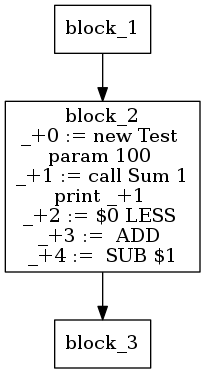
Above: assignment_3/ir.png in DahVoid/DV1655 (Graphviz), before the change. Its source is kept beside it as assignment_3/ir.dot.
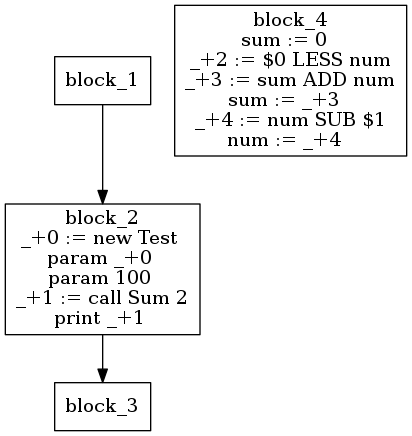
The same file after the commit.

Commit message:
Exit block, method call, equal, mainclass,int

Diff of the diagram source:
```diff
@@ -5,13 +5,20 @@
 block_1 -> block_2;
 block_2 [label="block_2
 _+0 := new Test
+param _+0
 param 100
-_+1 := call Sum 1
+_+1 := call Sum 2
 print _+1
-_+2 := $0 LESS
-_+3 :=  ADD
-_+4 :=  SUB $1
 "];
-block_3[label = "block_3"]
 block_2 -> block_3;
+block_3 [label="block_3
+"];
+block_4 [label="block_4
+sum := 0
+_+2 := $0 LESS num
+_+3 := sum ADD num
+sum := _+3
+_+4 := num SUB $1
+num := _+4
+"];
 }
```
